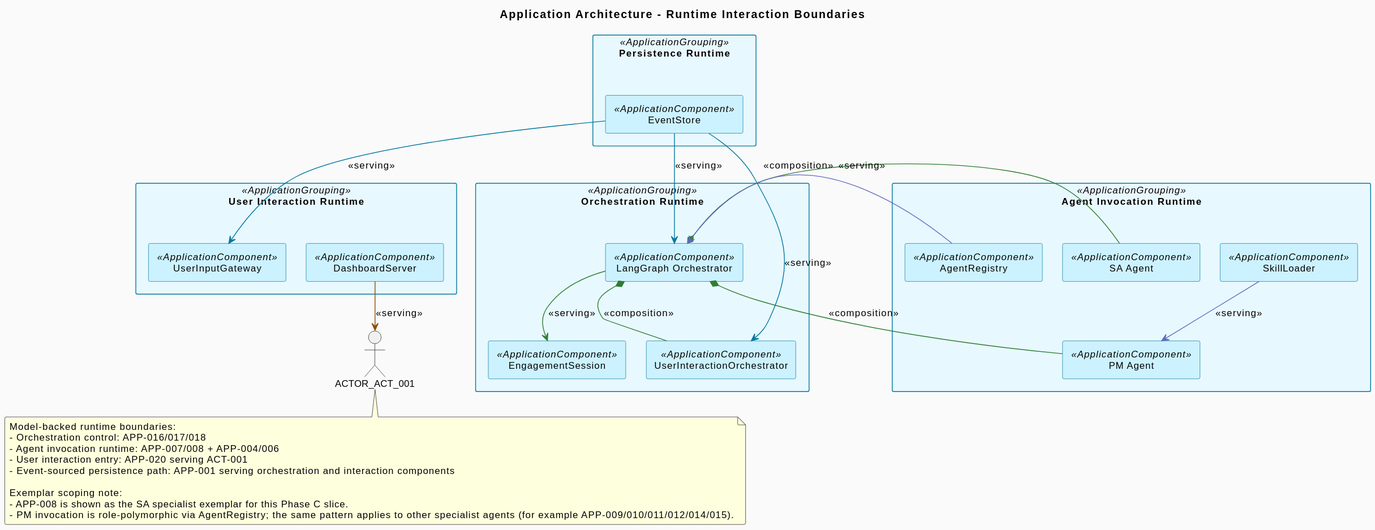
Before: engagements/ENG-001/work-repositories/architecture-repository/diagram-catalog/rendered/runtime-archimate-application-interaction-boundaries-v1.svg, a diagram exported from PlantUML (mbauer83/sdlc-multi-agent-system). Its diagram source:
```plantuml
@startuml
!include ../_macros.puml
!include ../_archimate-stereotypes.puml
title Application Architecture - Runtime Interaction Boundaries

skinparam rankdir LR
skinparam nodesep 25
skinparam ranksep 30

rectangle "Orchestration Runtime" <<ApplicationGrouping>> as GRP_ORCH {
  DECL_APP_016
  DECL_APP_017
  DECL_APP_018
}

rectangle "Agent Invocation Runtime" <<ApplicationGrouping>> as GRP_AGENTIC {
  DECL_APP_007
  DECL_APP_008
  DECL_APP_004
  DECL_APP_006
}

rectangle "User Interaction Runtime" <<ApplicationGrouping>> as GRP_UI {
  DECL_APP_020
  DECL_APP_021
}

rectangle "Persistence Runtime" <<ApplicationGrouping>> as GRP_STATE {
  DECL_APP_001
}

APP_016 *-[#2E7D32]- APP_007 : <<composition>>
APP_016 *-[#2E7D32]- APP_008 : <<composition>>
APP_016 *-[#2E7D32]- APP_018 : <<composition>>
APP_016 -[#2E7D32]-> APP_017 : <<serving>>

APP_004 -[#5C6BC0]-> APP_007 : <<serving>>
APP_006 -[#5C6BC0]-> APP_016 : <<serving>>

APP_001 -[#0078A0]-> APP_016 : <<serving>>
APP_001 -[#0078A0]-> APP_018 : <<serving>>
APP_001 -[#0078A0]-> APP_021 : <<serving>>

ACTOR_ACT_001 as ACT_001
APP_020 -[#8D4E00]-> ACT_001 : <<serving>>

note bottom
Model-backed runtime boundaries:
- Orchestration control: APP-016/017/018
- Agent invocation runtime: APP-007/008 + APP-004/006
- User interaction entry: APP-020 serving ACT-001
- Event-sourced persistence path: APP-001 serving orchestration and interaction components

Exemplar scoping note:
- APP-008 is shown as the SA specialist exemplar for this Phase C slice.
- PM invocation is role-polymorphic via AgentRegistry; the same pattern applies to other specialist agents (for example APP-009/010/011/012/014/015).
end note
@enduml
```
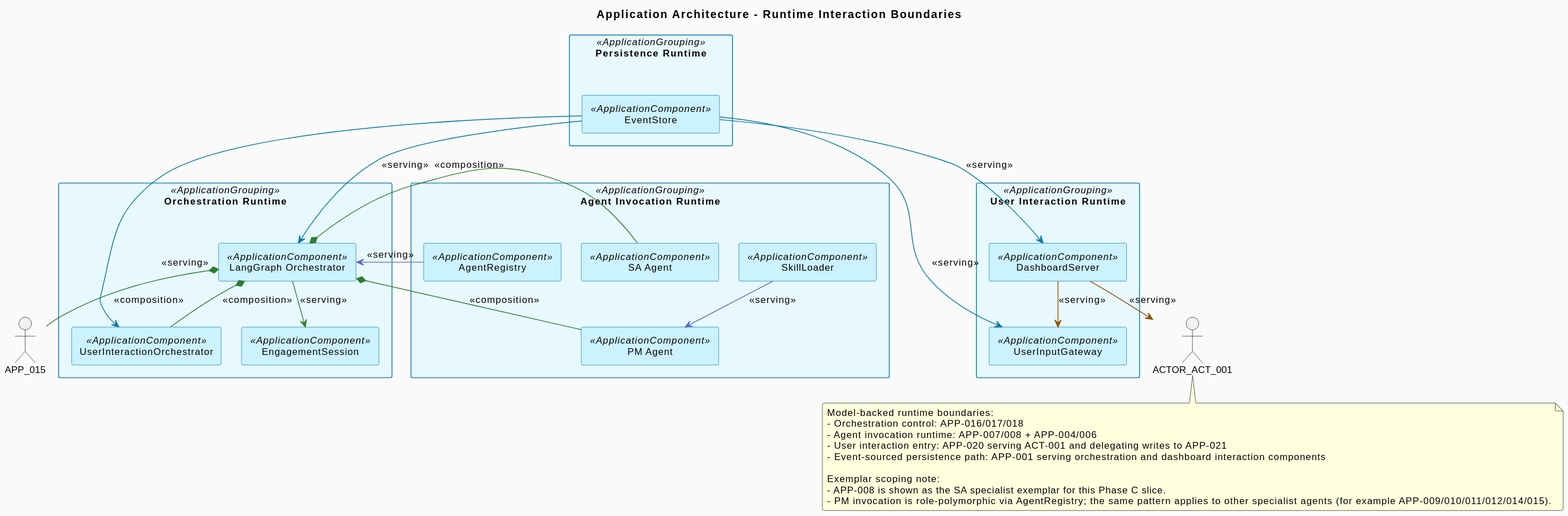
Above is the later version.

The edit, as a diff of the source:
```diff
@@ -31,6 +31,7 @@
 
 APP_016 *-[#2E7D32]- APP_007 : <<composition>>
 APP_016 *-[#2E7D32]- APP_008 : <<composition>>
+APP_016 *-[#2E7D32]- APP_015 : <<composition>>
 APP_016 *-[#2E7D32]- APP_018 : <<composition>>
 APP_016 -[#2E7D32]-> APP_017 : <<serving>>
 
@@ -39,7 +40,9 @@
 
 APP_001 -[#0078A0]-> APP_016 : <<serving>>
 APP_001 -[#0078A0]-> APP_018 : <<serving>>
+APP_001 -[#0078A0]-> APP_020 : <<serving>>
 APP_001 -[#0078A0]-> APP_021 : <<serving>>
+APP_020 -[#8D4E00]-> APP_021 : <<serving>>
 
 ACTOR_ACT_001 as ACT_001
 APP_020 -[#8D4E00]-> ACT_001 : <<serving>>
@@ -48,8 +51,8 @@
 Model-backed runtime boundaries:
 - Orchestration control: APP-016/017/018
 - Agent invocation runtime: APP-007/008 + APP-004/006
-- User interaction entry: APP-020 serving ACT-001
-- Event-sourced persistence path: APP-001 serving orchestration and interaction components
+- User interaction entry: APP-020 serving ACT-001 and delegating writes to APP-021
+- Event-sourced persistence path: APP-001 serving orchestration and dashboard interaction components
 
 Exemplar scoping note:
 - APP-008 is shown as the SA specialist exemplar for this Phase C slice.
```
